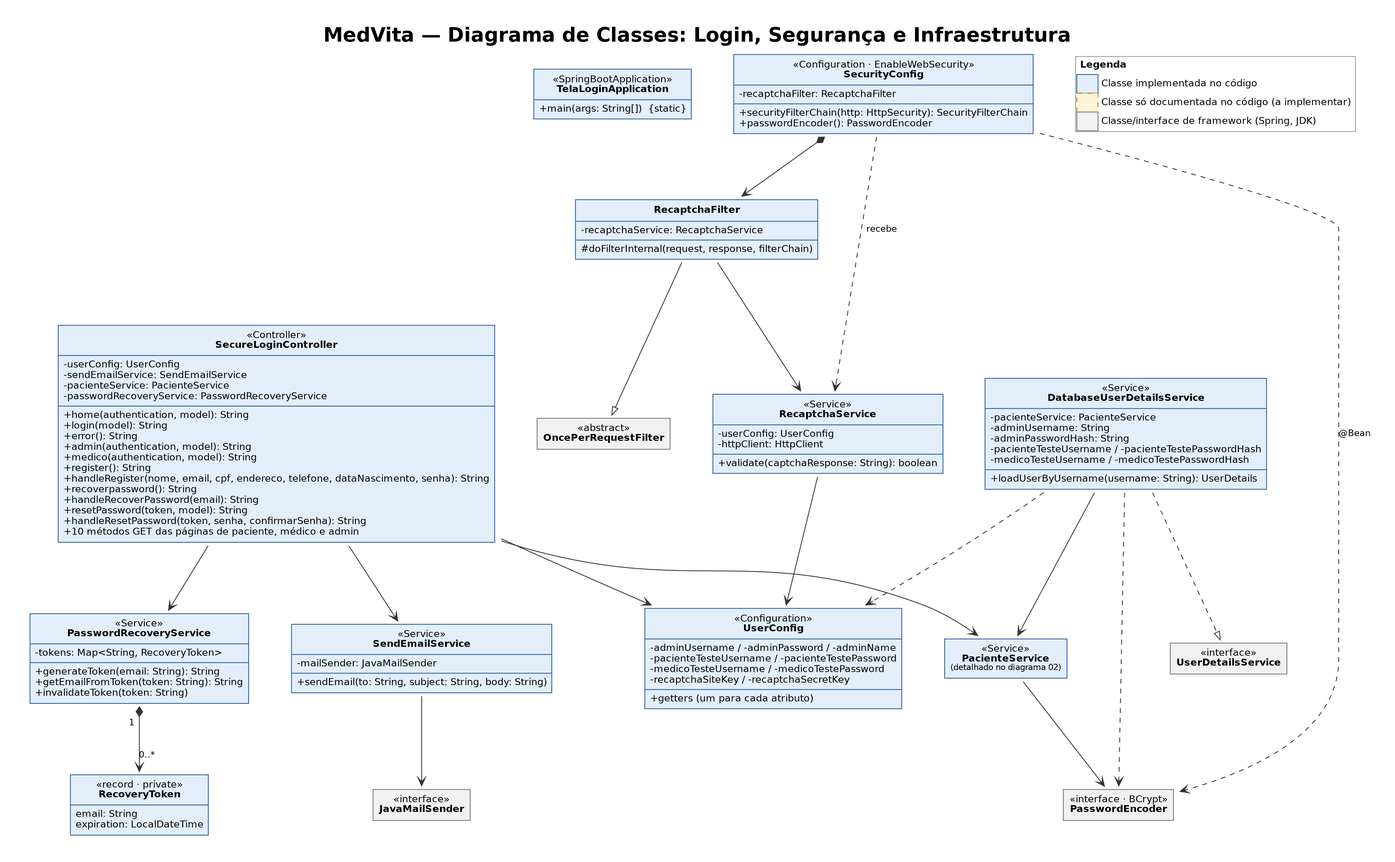
Earlier version of the Graphviz export DOCUMENTOS/DiagramaUML/03-diagrama-classes-login-seguranca.png (leonardoMartins-Dev/Sistema_Hospitalar). Its source is kept beside it as DOCUMENTOS/DiagramaUML/03-diagrama-classes-login-seguranca.dot.
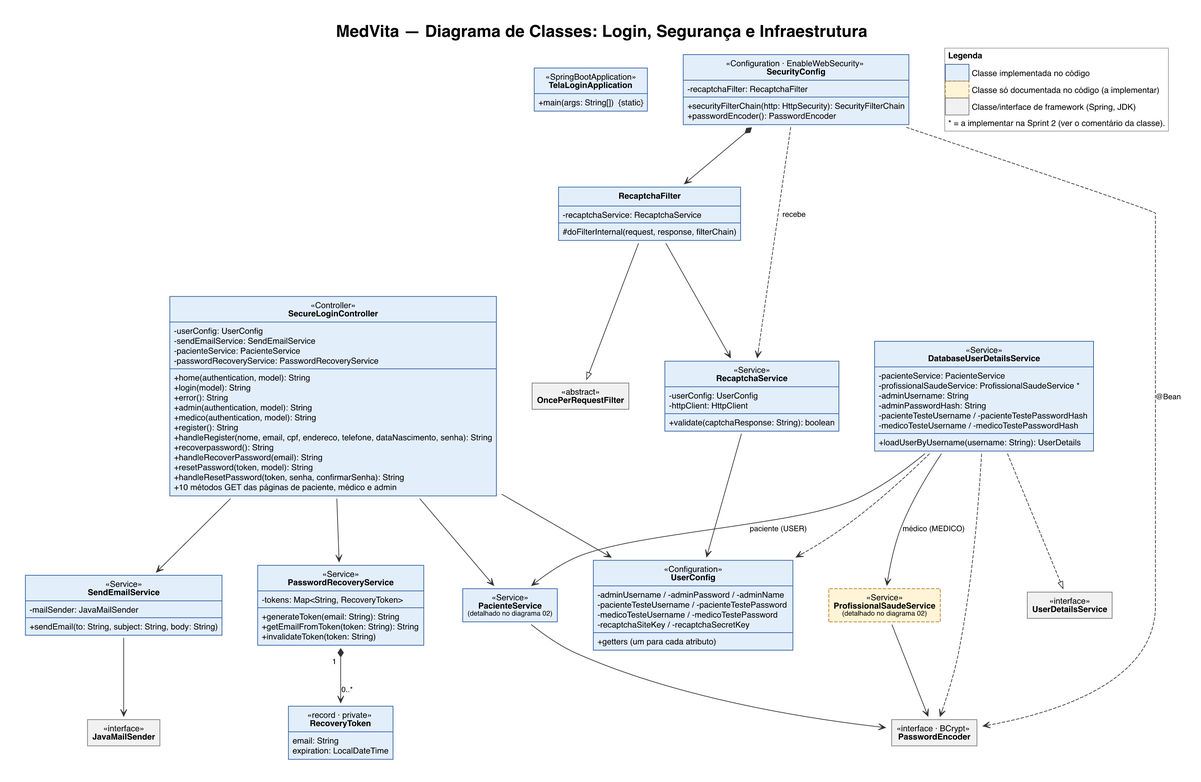
Later version of the same file.

Change to the diagram source:
```diff
@@ -1,8 +1,8 @@
 digraph G {
   rankdir=TB; splines=true; nodesep=0.55; ranksep=0.9; pad=0.4;
-  labelloc=t; fontsize=24; fontname="DejaVu Sans"; label=<<B>MedVita — Diagrama de Classes: Login, Segurança e Infraestrutura</B>>;
-  node [fontname="DejaVu Sans" fontsize=12];
-  edge [fontname="DejaVu Sans" fontsize=11 color="#333333" labeldistance=2.2];
+  labelloc=t; fontsize=24; fontname="Helvetica"; label=<<B>MedVita — Diagrama de Classes: Login, Segurança e Infraestrutura</B>>;
+  node [fontname="Helvetica" fontsize=12];
+  edge [fontname="Helvetica" fontsize=11 color="#333333" labeldistance=2.2];
   ranksep=1.0; nodesep=0.5;
 App [shape=plaintext label=<<TABLE BORDER="1" CELLBORDER="0" CELLSPACING="0" CELLPADDING="5" BGCOLOR="#E3EEFB" COLOR="#2B5C9E" STYLE="solid"><TR><TD ALIGN="CENTER" CELLPADDING="6">«SpringBootApplication»<BR/><B>TelaLoginApplication</B></TD></TR><HR/><TR><TD ALIGN="LEFT" BALIGN="LEFT">+main(args: String[])  {static}<BR ALIGN="LEFT"/></TD></TR></TABLE>>];
 Login [shape=plaintext label=<<TABLE BORDER="1" CELLBORDER="0" CELLSPACING="0" CELLPADDING="5" BGCOLOR="#E3EEFB" COLOR="#2B5C9E" STYLE="solid"><TR><TD ALIGN="CENTER" CELLPADDING="6">«Controller»<BR/><B>SecureLoginController</B></TD></TR><HR/><TR><TD ALIGN="LEFT" BALIGN="LEFT">-userConfig: UserConfig<BR ALIGN="LEFT"/>-sendEmailService: SendEmailService<BR ALIGN="LEFT"/>-pacienteService: PacienteService<BR ALIGN="LEFT"/>-passwordRecoveryService: PasswordRecoveryService<BR ALIGN="LEFT"/></TD></TR><HR/><TR><TD ALIGN="LEFT" BALIGN="LEFT">+home(authentication, model): String<BR ALIGN="LEFT"/>+login(model): String<BR ALIGN="LEFT"/>+error(): String<BR ALIGN="LEFT"/>+admin(authentication, model): String<BR ALIGN="LEFT"/>+medico(authentication, model): String<BR ALIGN="LEFT"/>+register(): String<BR ALIGN="LEFT"/>+handleRegister(nome, email, cpf, endereco, telefone, dataNascimento, senha): String<BR ALIGN="LEFT"/>+recoverpassword(): String<BR ALIGN="LEFT"/>+handleRecoverPassword(email): String<BR ALIGN="LEFT"/>+resetPassword(token, model): String<BR ALIGN="LEFT"/>+handleResetPassword(token, senha, confirmarSenha): String<BR ALIGN="LEFT"/>+10 métodos GET das páginas de paciente, médico e admin<BR ALIGN="LEFT"/></TD></TR></TABLE>>];
@@ -11,10 +11,11 @@
 OPRF [shape=plaintext label=<<TABLE BORDER="1" CELLBORDER="0" CELLSPACING="0" CELLPADDING="5" BGCOLOR="#F1F1F1" COLOR="#777777" STYLE="solid"><TR><TD ALIGN="CENTER" CELLPADDING="6">«abstract»<BR/><B>OncePerRequestFilter</B></TD></TR></TABLE>>];
 Recaptcha [shape=plaintext label=<<TABLE BORDER="1" CELLBORDER="0" CELLSPACING="0" CELLPADDING="5" BGCOLOR="#E3EEFB" COLOR="#2B5C9E" STYLE="solid"><TR><TD ALIGN="CENTER" CELLPADDING="6">«Service»<BR/><B>RecaptchaService</B></TD></TR><HR/><TR><TD ALIGN="LEFT" BALIGN="LEFT">-userConfig: UserConfig<BR ALIGN="LEFT"/>-httpClient: HttpClient<BR ALIGN="LEFT"/></TD></TR><HR/><TR><TD ALIGN="LEFT" BALIGN="LEFT">+validate(captchaResponse: String): boolean<BR ALIGN="LEFT"/></TD></TR></TABLE>>];
 UserCfg [shape=plaintext label=<<TABLE BORDER="1" CELLBORDER="0" CELLSPACING="0" CELLPADDING="5" BGCOLOR="#E3EEFB" COLOR="#2B5C9E" STYLE="solid"><TR><TD ALIGN="CENTER" CELLPADDING="6">«Configuration»<BR/><B>UserConfig</B></TD></TR><HR/><TR><TD ALIGN="LEFT" BALIGN="LEFT">-adminUsername / -adminPassword / -adminName<BR ALIGN="LEFT"/>-pacienteTesteUsername / -pacienteTestePassword<BR ALIGN="LEFT"/>-medicoTesteUsername / -medicoTestePassword<BR ALIGN="LEFT"/>-recaptchaSiteKey / -recaptchaSecretKey<BR ALIGN="LEFT"/></TD></TR><HR/><TR><TD ALIGN="LEFT" BALIGN="LEFT">+getters (um para cada atributo)<BR ALIGN="LEFT"/></TD></TR></TABLE>>];
-DbUser [shape=plaintext label=<<TABLE BORDER="1" CELLBORDER="0" CELLSPACING="0" CELLPADDING="5" BGCOLOR="#E3EEFB" COLOR="#2B5C9E" STYLE="solid"><TR><TD ALIGN="CENTER" CELLPADDING="6">«Service»<BR/><B>DatabaseUserDetailsService</B></TD></TR><HR/><TR><TD ALIGN="LEFT" BALIGN="LEFT">-pacienteService: PacienteService<BR ALIGN="LEFT"/>-adminUsername: String<BR ALIGN="LEFT"/>-adminPasswordHash: String<BR ALIGN="LEFT"/>-pacienteTesteUsername / -pacienteTestePasswordHash<BR ALIGN="LEFT"/>-medicoTesteUsername / -medicoTestePasswordHash<BR ALIGN="LEFT"/></TD></TR><HR/><TR><TD ALIGN="LEFT" BALIGN="LEFT">+loadUserByUsername(username: String): UserDetails<BR ALIGN="LEFT"/></TD></TR></TABLE>>];
+DbUser [shape=plaintext label=<<TABLE BORDER="1" CELLBORDER="0" CELLSPACING="0" CELLPADDING="5" BGCOLOR="#E3EEFB" COLOR="#2B5C9E" STYLE="solid"><TR><TD ALIGN="CENTER" CELLPADDING="6">«Service»<BR/><B>DatabaseUserDetailsService</B></TD></TR><HR/><TR><TD ALIGN="LEFT" BALIGN="LEFT">-pacienteService: PacienteService<BR ALIGN="LEFT"/>-profissionalSaudeService: ProfissionalSaudeService *<BR ALIGN="LEFT"/>-adminUsername: String<BR ALIGN="LEFT"/>-adminPasswordHash: String<BR ALIGN="LEFT"/>-pacienteTesteUsername / -pacienteTestePasswordHash<BR ALIGN="LEFT"/>-medicoTesteUsername / -medicoTestePasswordHash<BR ALIGN="LEFT"/></TD></TR><HR/><TR><TD ALIGN="LEFT" BALIGN="LEFT">+loadUserByUsername(username: String): UserDetails<BR ALIGN="LEFT"/></TD></TR></TABLE>>];
 UDS [shape=plaintext label=<<TABLE BORDER="1" CELLBORDER="0" CELLSPACING="0" CELLPADDING="5" BGCOLOR="#F1F1F1" COLOR="#777777" STYLE="solid"><TR><TD ALIGN="CENTER" CELLPADDING="6">«interface»<BR/><B>UserDetailsService</B></TD></TR></TABLE>>];
 PwdEnc [shape=plaintext label=<<TABLE BORDER="1" CELLBORDER="0" CELLSPACING="0" CELLPADDING="5" BGCOLOR="#F1F1F1" COLOR="#777777" STYLE="solid"><TR><TD ALIGN="CENTER" CELLPADDING="6">«interface · BCrypt»<BR/><B>PasswordEncoder</B></TD></TR></TABLE>>];
 PacSvc [shape=plaintext label=<<TABLE BORDER="1" CELLBORDER="0" CELLSPACING="0" CELLPADDING="5" BGCOLOR="#E3EEFB" COLOR="#2B5C9E" STYLE="solid"><TR><TD ALIGN="CENTER" CELLPADDING="6">«Service»<BR/><B>PacienteService</B><BR/><FONT POINT-SIZE="10">(detalhado no diagrama 02)</FONT></TD></TR></TABLE>>];
+ProfSvc [shape=plaintext label=<<TABLE BORDER="1" CELLBORDER="0" CELLSPACING="0" CELLPADDING="5" BGCOLOR="#FFF4D6" COLOR="#B7791F" STYLE="dashed"><TR><TD ALIGN="CENTER" CELLPADDING="6">«Service»<BR/><B>ProfissionalSaudeService</B><BR/><FONT POINT-SIZE="10">(detalhado no diagrama 02)</FONT></TD></TR></TABLE>>];
 Recovery [shape=plaintext label=<<TABLE BORDER="1" CELLBORDER="0" CELLSPACING="0" CELLPADDING="5" BGCOLOR="#E3EEFB" COLOR="#2B5C9E" STYLE="solid"><TR><TD ALIGN="CENTER" CELLPADDING="6">«Service»<BR/><B>PasswordRecoveryService</B></TD></TR><HR/><TR><TD ALIGN="LEFT" BALIGN="LEFT">-tokens: Map&lt;String, RecoveryToken&gt;<BR ALIGN="LEFT"/></TD></TR><HR/><TR><TD ALIGN="LEFT" BALIGN="LEFT">+generateToken(email: String): String<BR ALIGN="LEFT"/>+getEmailFromToken(token: String): String<BR ALIGN="LEFT"/>+invalidateToken(token: String)<BR ALIGN="LEFT"/></TD></TR></TABLE>>];
 Token [shape=plaintext label=<<TABLE BORDER="1" CELLBORDER="0" CELLSPACING="0" CELLPADDING="5" BGCOLOR="#E3EEFB" COLOR="#2B5C9E" STYLE="solid"><TR><TD ALIGN="CENTER" CELLPADDING="6">«record · private»<BR/><B>RecoveryToken</B></TD></TR><HR/><TR><TD ALIGN="LEFT" BALIGN="LEFT">email: String<BR ALIGN="LEFT"/>expiration: LocalDateTime<BR ALIGN="LEFT"/></TD></TR></TABLE>>];
 Mail [shape=plaintext label=<<TABLE BORDER="1" CELLBORDER="0" CELLSPACING="0" CELLPADDING="5" BGCOLOR="#E3EEFB" COLOR="#2B5C9E" STYLE="solid"><TR><TD ALIGN="CENTER" CELLPADDING="6">«Service»<BR/><B>SendEmailService</B></TD></TR><HR/><TR><TD ALIGN="LEFT" BALIGN="LEFT">-mailSender: JavaMailSender<BR ALIGN="LEFT"/></TD></TR><HR/><TR><TD ALIGN="LEFT" BALIGN="LEFT">+sendEmail(to: String, subject: String, body: String)<BR ALIGN="LEFT"/></TD></TR></TABLE>>];
@@ -30,11 +31,13 @@
 Filter -> Recaptcha [arrowhead=vee];
 Recaptcha -> UserCfg [arrowhead=vee];
 DbUser -> UDS [style=dashed arrowhead=empty];
-DbUser -> PacSvc [arrowhead=vee];
+DbUser -> PacSvc [arrowhead=vee label=<paciente (USER)>];
+DbUser -> ProfSvc [arrowhead=vee label=<médico (MEDICO)>];
+ProfSvc -> PwdEnc [arrowhead=vee];
 DbUser -> UserCfg [style=dashed arrowhead=vee];
 DbUser -> PwdEnc [style=dashed arrowhead=vee];
 PacSvc -> PwdEnc [arrowhead=vee];
 Recovery -> Token [dir=both arrowtail=diamond arrowhead=vee taillabel="1" headlabel="0..*"];
 Mail -> JMS [arrowhead=vee];
-legend [shape=plaintext label=<<TABLE BORDER="1" CELLBORDER="0" CELLSPACING="0" CELLPADDING="4" COLOR="#999999"><TR><TD COLSPAN="2" ALIGN="LEFT"><B>Legenda</B></TD></TR><TR><TD WIDTH="26" BGCOLOR="#E3EEFB" COLOR="#2B5C9E" STYLE="solid" BORDER="1"> </TD><TD ALIGN="LEFT">Classe implementada no código</TD></TR><TR><TD WIDTH="26" BGCOLOR="#FFF4D6" COLOR="#B7791F" STYLE="dashed" BORDER="1"> </TD><TD ALIGN="LEFT">Classe só documentada no código (a implementar)</TD></TR><TR><TD WIDTH="26" BGCOLOR="#F1F1F1" COLOR="#777777" STYLE="solid" BORDER="1"> </TD><TD ALIGN="LEFT">Classe/interface de framework (Spring, JDK)</TD></TR></TABLE>>];
+legend [shape=plaintext label=<<TABLE BORDER="1" CELLBORDER="0" CELLSPACING="0" CELLPADDING="4" COLOR="#999999"><TR><TD COLSPAN="2" ALIGN="LEFT"><B>Legenda</B></TD></TR><TR><TD WIDTH="26" BGCOLOR="#E3EEFB" COLOR="#2B5C9E" STYLE="solid" BORDER="1"> </TD><TD ALIGN="LEFT">Classe implementada no código</TD></TR><TR><TD WIDTH="26" BGCOLOR="#FFF4D6" COLOR="#B7791F" STYLE="dashed" BORDER="1"> </TD><TD ALIGN="LEFT">Classe só documentada no código (a implementar)</TD></TR><TR><TD WIDTH="26" BGCOLOR="#F1F1F1" COLOR="#777777" STYLE="solid" BORDER="1"> </TD><TD ALIGN="LEFT">Classe/interface de framework (Spring, JDK)</TD></TR><TR><TD COLSPAN="2" ALIGN="LEFT">* = a implementar na Sprint 2 (ver o comentário da classe).</TD></TR></TABLE>>];
 }
```
